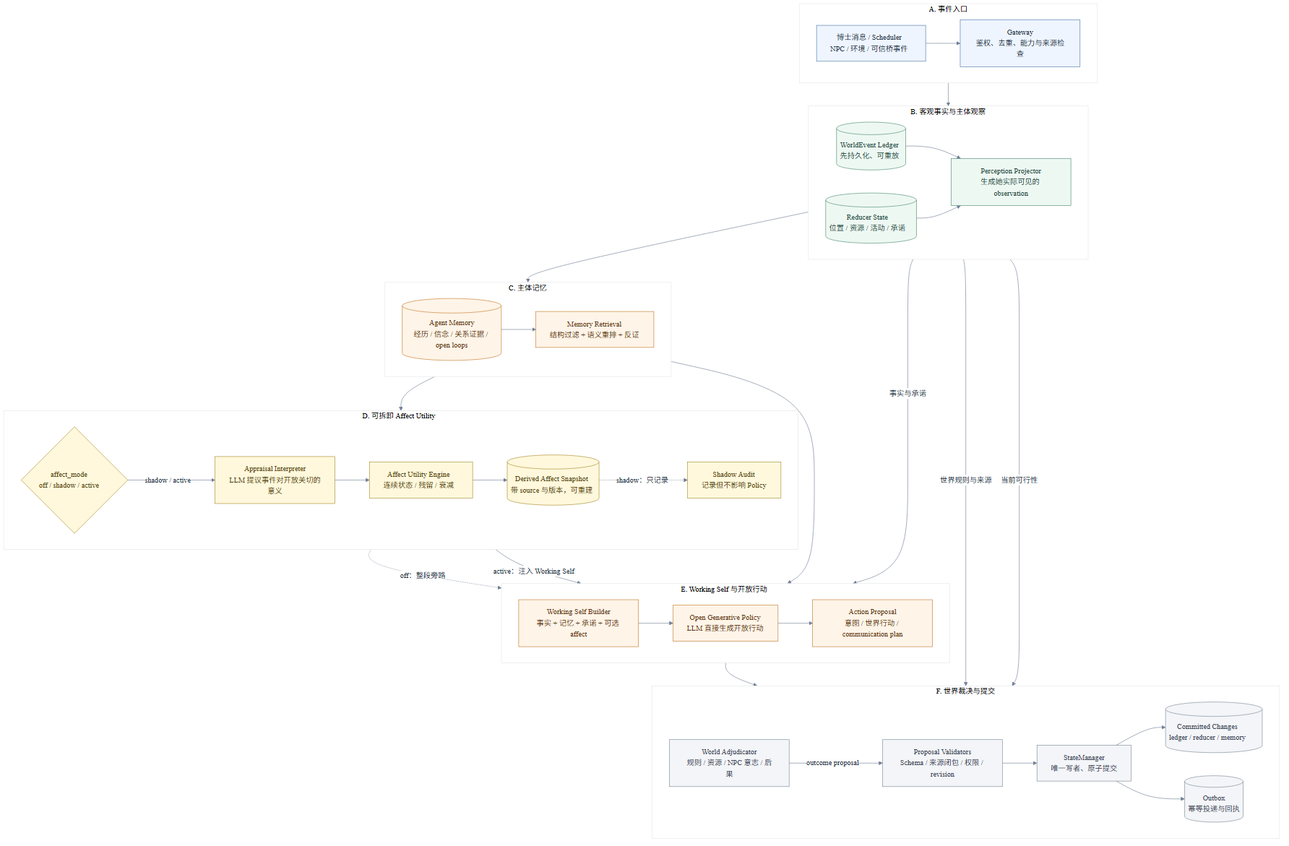
yanyuliu01/gf keeps this Mermaid diagram as memory-affect-hybrid-architecture-v1.png. Above is the earlier version. Its source is kept beside it as memory-affect-hybrid-architecture-v1.mmd. Source of this version:
```mermaid
%%{init: {"theme":"base","themeVariables":{"background":"#f7f9fc","primaryColor":"#ffffff","primaryTextColor":"#243247","primaryBorderColor":"#cbd5e1","lineColor":"#718096","fontFamily":"Microsoft YaHei, Segoe UI, sans-serif"}}}%%
flowchart TB
  subgraph I["A. 事件入口"]
    direction LR
    IN["博士消息 / Scheduler<br/>NPC / 环境 / 可信桥事件"]
    GW["Gateway<br/>鉴权、去重、能力与来源检查"]
  end

  subgraph F["B. 客观事实与主体观察"]
    direction LR
    LEDGER[("WorldEvent Ledger<br/>先持久化、可重放")]
    STATE[("Reducer State<br/>位置 / 资源 / 活动 / 承诺")]
    PERCEPT["Perception Projector<br/>生成她实际可见的 observation"]
  end

  subgraph M["C. 主体记忆"]
    direction LR
    MEMORY[("Agent Memory<br/>经历 / 信念 / 关系证据 / open loops")]
    RETRIEVE["Memory Retrieval<br/>结构过滤 + 语义重排 + 反证"]
  end

  subgraph A["D. 可拆卸 Affect Utility"]
    direction LR
    MODE{"affect_mode<br/>off / shadow / active"}
    APPRAISE["Appraisal Interpreter<br/>LLM 提议事件对开放关切的意义"]
    AFFECT["Affect Utility Engine<br/>连续状态 / 残留 / 衰减"]
    SNAP[("Derived Affect Snapshot<br/>带 source 与版本，可重建")]
    AUDIT["Shadow Audit<br/>记录但不影响 Policy"]
  end

  subgraph P["E. Working Self 与开放行动"]
    direction LR
    WORKING["Working Self Builder<br/>事实 + 记忆 + 承诺 + 可选 affect"]
    POLICY["Open Generative Policy<br/>LLM 直接生成开放行动"]
    ACTION["Action Proposal<br/>意图 / 世界行动 / communication plan"]
  end

  subgraph W["F. 世界裁决与提交"]
    direction LR
    ADJ["World Adjudicator<br/>规则 / 资源 / NPC 意志 / 后果"]
    VALIDATE["Proposal Validators<br/>Schema / 来源闭包 / 权限 / revision"]
    SM["StateManager<br/>唯一写者、原子提交"]
    COMMITTED[("Committed Changes<br/>ledger / reducer / memory")]
    OUTBOX[("Outbox<br/>幂等投递与回执")]
  end

  IN --> GW --> LEDGER
  LEDGER --> PERCEPT
  STATE --> PERCEPT
  PERCEPT --> MEMORY --> RETRIEVE
  RETRIEVE --> WORKING
  STATE -->|"事实与承诺"| WORKING

  RETRIEVE --> MODE
  MODE -->|"shadow / active"| APPRAISE --> AFFECT --> SNAP
  MODE -.->|"off：整段旁路"| WORKING
  SNAP -->|"active：注入 Working Self"| WORKING
  SNAP -.->|"shadow：只记录"| AUDIT

  WORKING --> POLICY --> ACTION --> ADJ
  LEDGER -->|"世界规则与来源"| ADJ
  STATE -->|"当前可行性"| ADJ
  ADJ -->|"outcome proposal"| VALIDATE --> SM
  SM --> COMMITTED
  SM --> OUTBOX

  classDef input fill:#eef5ff,stroke:#4f79a8,color:#243247;
  classDef fact fill:#eef8f3,stroke:#4d8c72,color:#234c3e;
  classDef cognition fill:#fff4e8,stroke:#c47a2c,color:#5e3615;
  classDef affect fill:#fff8dc,stroke:#aa8b2f,color:#564713;
  classDef commit fill:#f3f5f8,stroke:#7d8998,color:#394455;
  class IN,GW input;
  class LEDGER,STATE,PERCEPT fact;
  class MEMORY,RETRIEVE,WORKING,POLICY,ACTION cognition;
  class MODE,APPRAISE,AFFECT,SNAP,AUDIT affect;
  class ADJ,VALIDATE,SM,COMMITTED,OUTBOX commit;
```
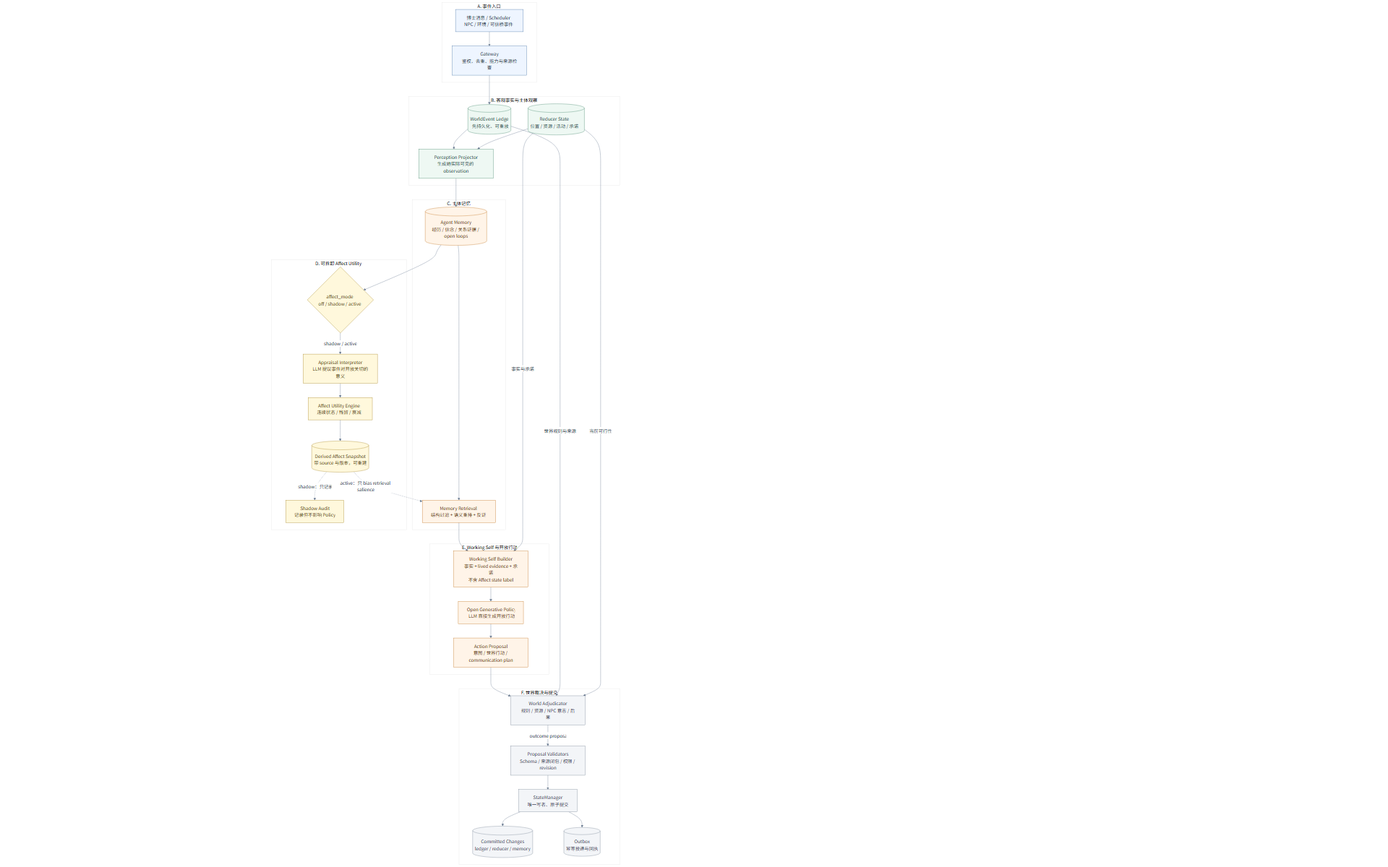
After the commit.

Diff of the diagram source:
```diff
@@ -30,7 +30,7 @@
 
   subgraph P["E. Working Self 与开放行动"]
     direction LR
-    WORKING["Working Self Builder<br/>事实 + 记忆 + 承诺 + 可选 affect"]
+    WORKING["Working Self Builder<br/>事实 + lived evidence + 承诺<br/>不含 Affect state label"]
     POLICY["Open Generative Policy<br/>LLM 直接生成开放行动"]
     ACTION["Action Proposal<br/>意图 / 世界行动 / communication plan"]
   end
@@ -51,10 +51,9 @@
   RETRIEVE --> WORKING
   STATE -->|"事实与承诺"| WORKING
 
-  RETRIEVE --> MODE
+  MEMORY --> MODE
   MODE -->|"shadow / active"| APPRAISE --> AFFECT --> SNAP
-  MODE -.->|"off：整段旁路"| WORKING
-  SNAP -->|"active：注入 Working Self"| WORKING
+  SNAP -.->|"active：只 bias retrieval salience"| RETRIEVE
   SNAP -.->|"shadow：只记录"| AUDIT
 
   WORKING --> POLICY --> ACTION --> ADJ
```
